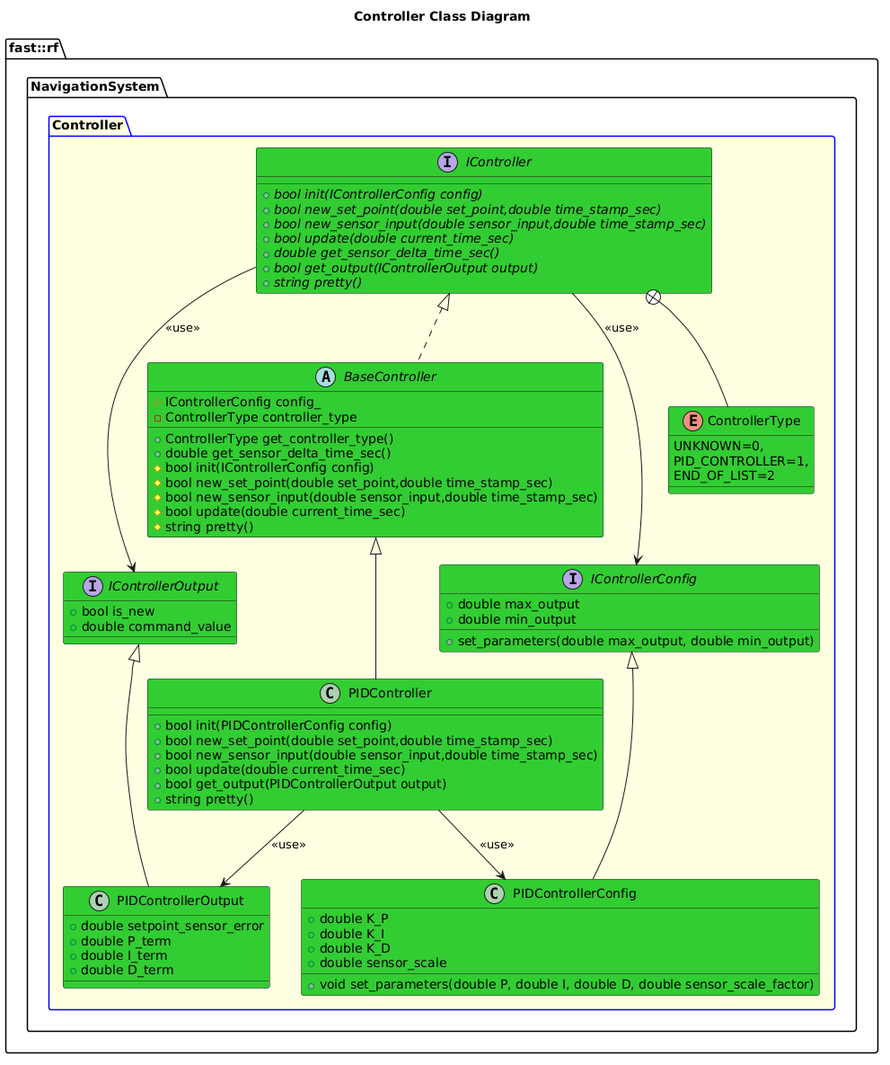
The PlantUML diagram Systems/Navigation/doc/puml/ControllerClassDiagram.png in fastrobotics/robot_framework, before a commit.
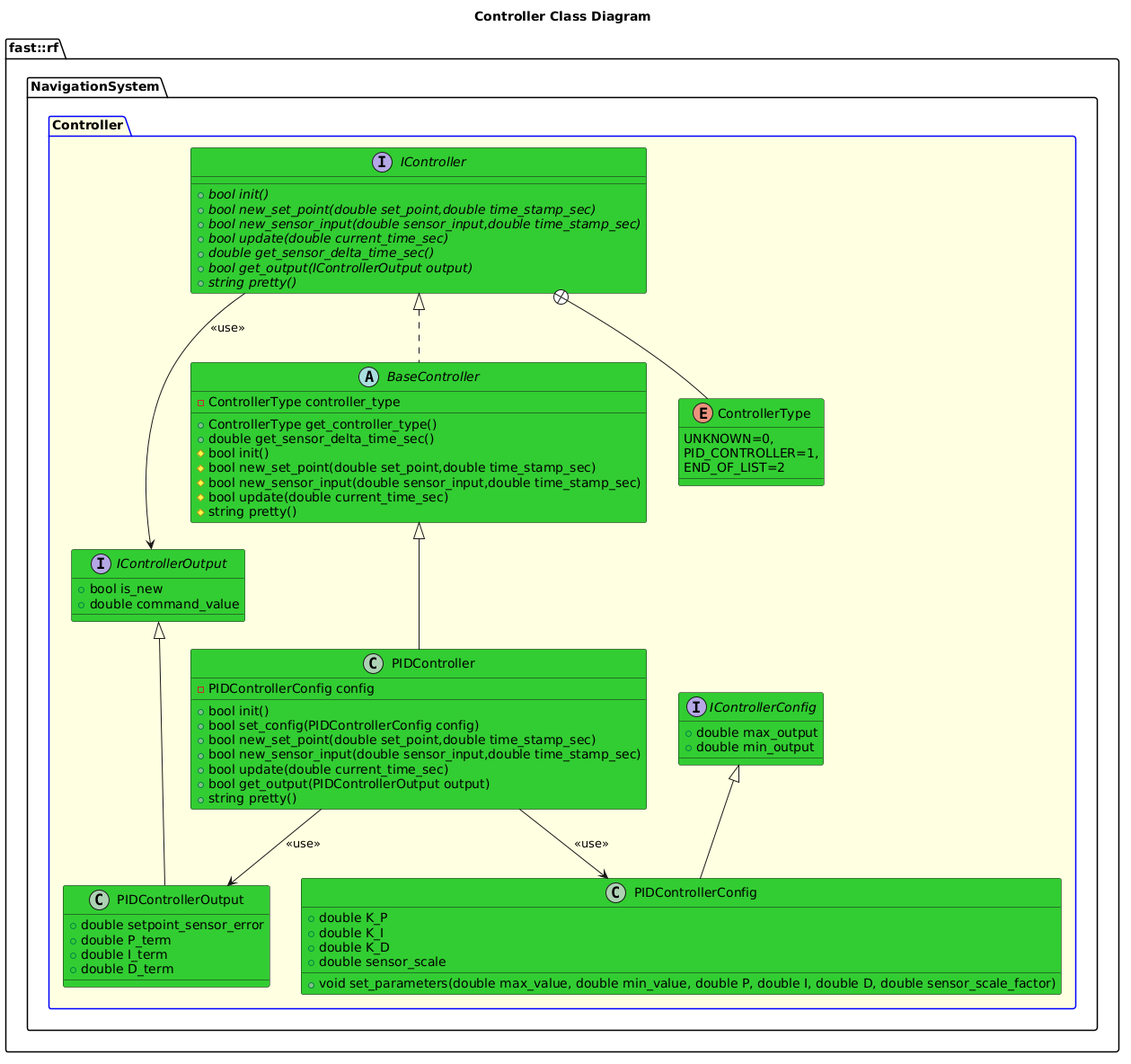
The same diagram one commit later.

Change to the diagram source:
```diff
@@ -13,14 +13,13 @@
             +double command_value
         }
         interface IControllerConfig #LimeGreen {
-            +set_parameters(double max_output, double min_output)
             +double max_output
             +double min_output
 
 
         }
         interface IController #LimeGreen {
-            +{abstract} bool init(IControllerConfig config)
+            +{abstract} bool init()
             +{abstract} bool new_set_point(double set_point,double time_stamp_sec)
             +{abstract} bool new_sensor_input(double sensor_input,double time_stamp_sec)
             +{abstract} bool update(double current_time_sec)
@@ -31,16 +30,14 @@
         }
         IController +-- ControllerType
         IController --> IControllerOutput: <<use>>
-        IController --> IControllerConfig: <<use>>
         abstract BaseController #LimeGreen {
             +ControllerType get_controller_type()
             +double get_sensor_delta_time_sec()
-            #bool init(IControllerConfig config)
+            #bool init()
             #bool new_set_point(double set_point,double time_stamp_sec)
             #bool new_sensor_input(double sensor_input,double time_stamp_sec)
             #bool update(double current_time_sec)
             #string pretty()
-            #IControllerConfig config_
             -ControllerType controller_type
         }
         BaseController .up.|> IController
@@ -52,7 +49,7 @@
         }
         PIDControllerOutput -up-|> IControllerOutput
         class PIDControllerConfig #LimeGreen {
-            +void set_parameters(double P, double I, double D, double sensor_scale_factor)
+            +void set_parameters(double max_value, double min_value, double P, double I, double D, double sensor_scale_factor)
             +double K_P
             +double K_I
             +double K_D
@@ -62,12 +59,14 @@
         }
         PIDControllerConfig -up-|> IControllerConfig
         class PIDController #LimeGreen {
-            +bool init(PIDControllerConfig config)
+            +bool init()
+            +bool set_config(PIDControllerConfig config)
             +bool new_set_point(double set_point,double time_stamp_sec)
             +bool new_sensor_input(double sensor_input,double time_stamp_sec)
             +bool update(double current_time_sec)
             +bool get_output(PIDControllerOutput output)
             +string pretty()
+            -PIDControllerConfig config
         }
         PIDController -up-|> BaseController
         PIDController --> PIDControllerOutput: <<use>>
```
